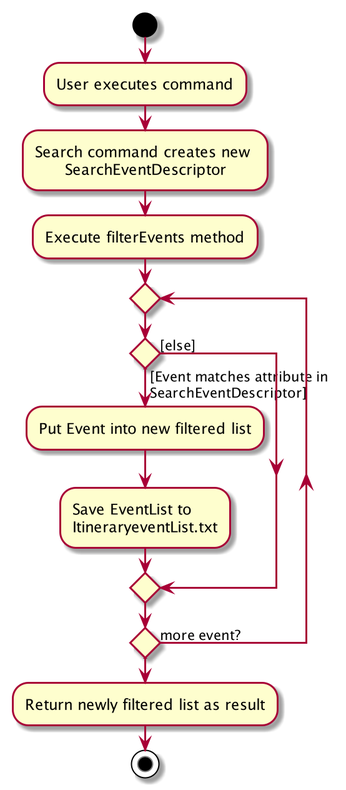
The PlantUML diagram images/ItinerarySearchActivityDiagram.png in AY1920S1-CS2103T-T17-2/main, before a commit. Source of this version:
```plantuml
@startuml
start
:User executes command;

:Search command creates new \n      SearchEventDescriptor;

:Execute filterEvents method;


repeat
if () then ([Event matches attribute in \nSearchEventDescriptor])
    :Put Event into new filtered list;
    :Save EventList to
    ItineraryeventList.txt;
else ([else])
endif
repeat while () is (more event?)

:Return newly filtered list as result;

stop
@enduml
```
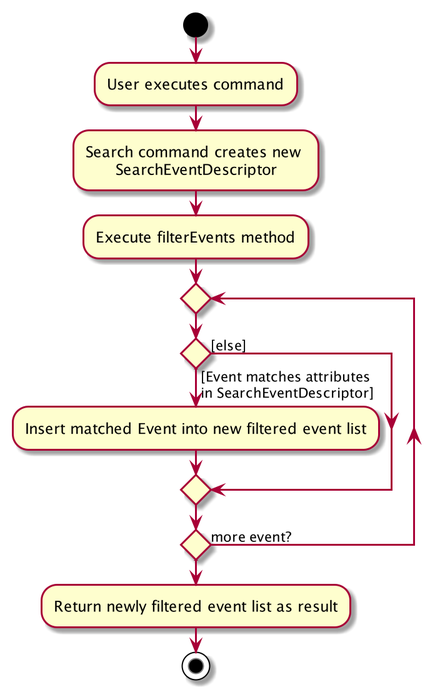
The same diagram one commit later.

Change to the diagram source:
```diff
@@ -8,15 +8,13 @@
 
 
 repeat
-if () then ([Event matches attribute in \nSearchEventDescriptor])
-    :Put Event into new filtered list;
-    :Save EventList to
-    ItineraryeventList.txt;
+if () then ([Event matches attributes \nin SearchEventDescriptor])
+    :Insert matched Event into new filtered event list;
 else ([else])
 endif
 repeat while () is (more event?)
 
-:Return newly filtered list as result;
+:Return newly filtered event list as result;
 
 stop
 @enduml
```
